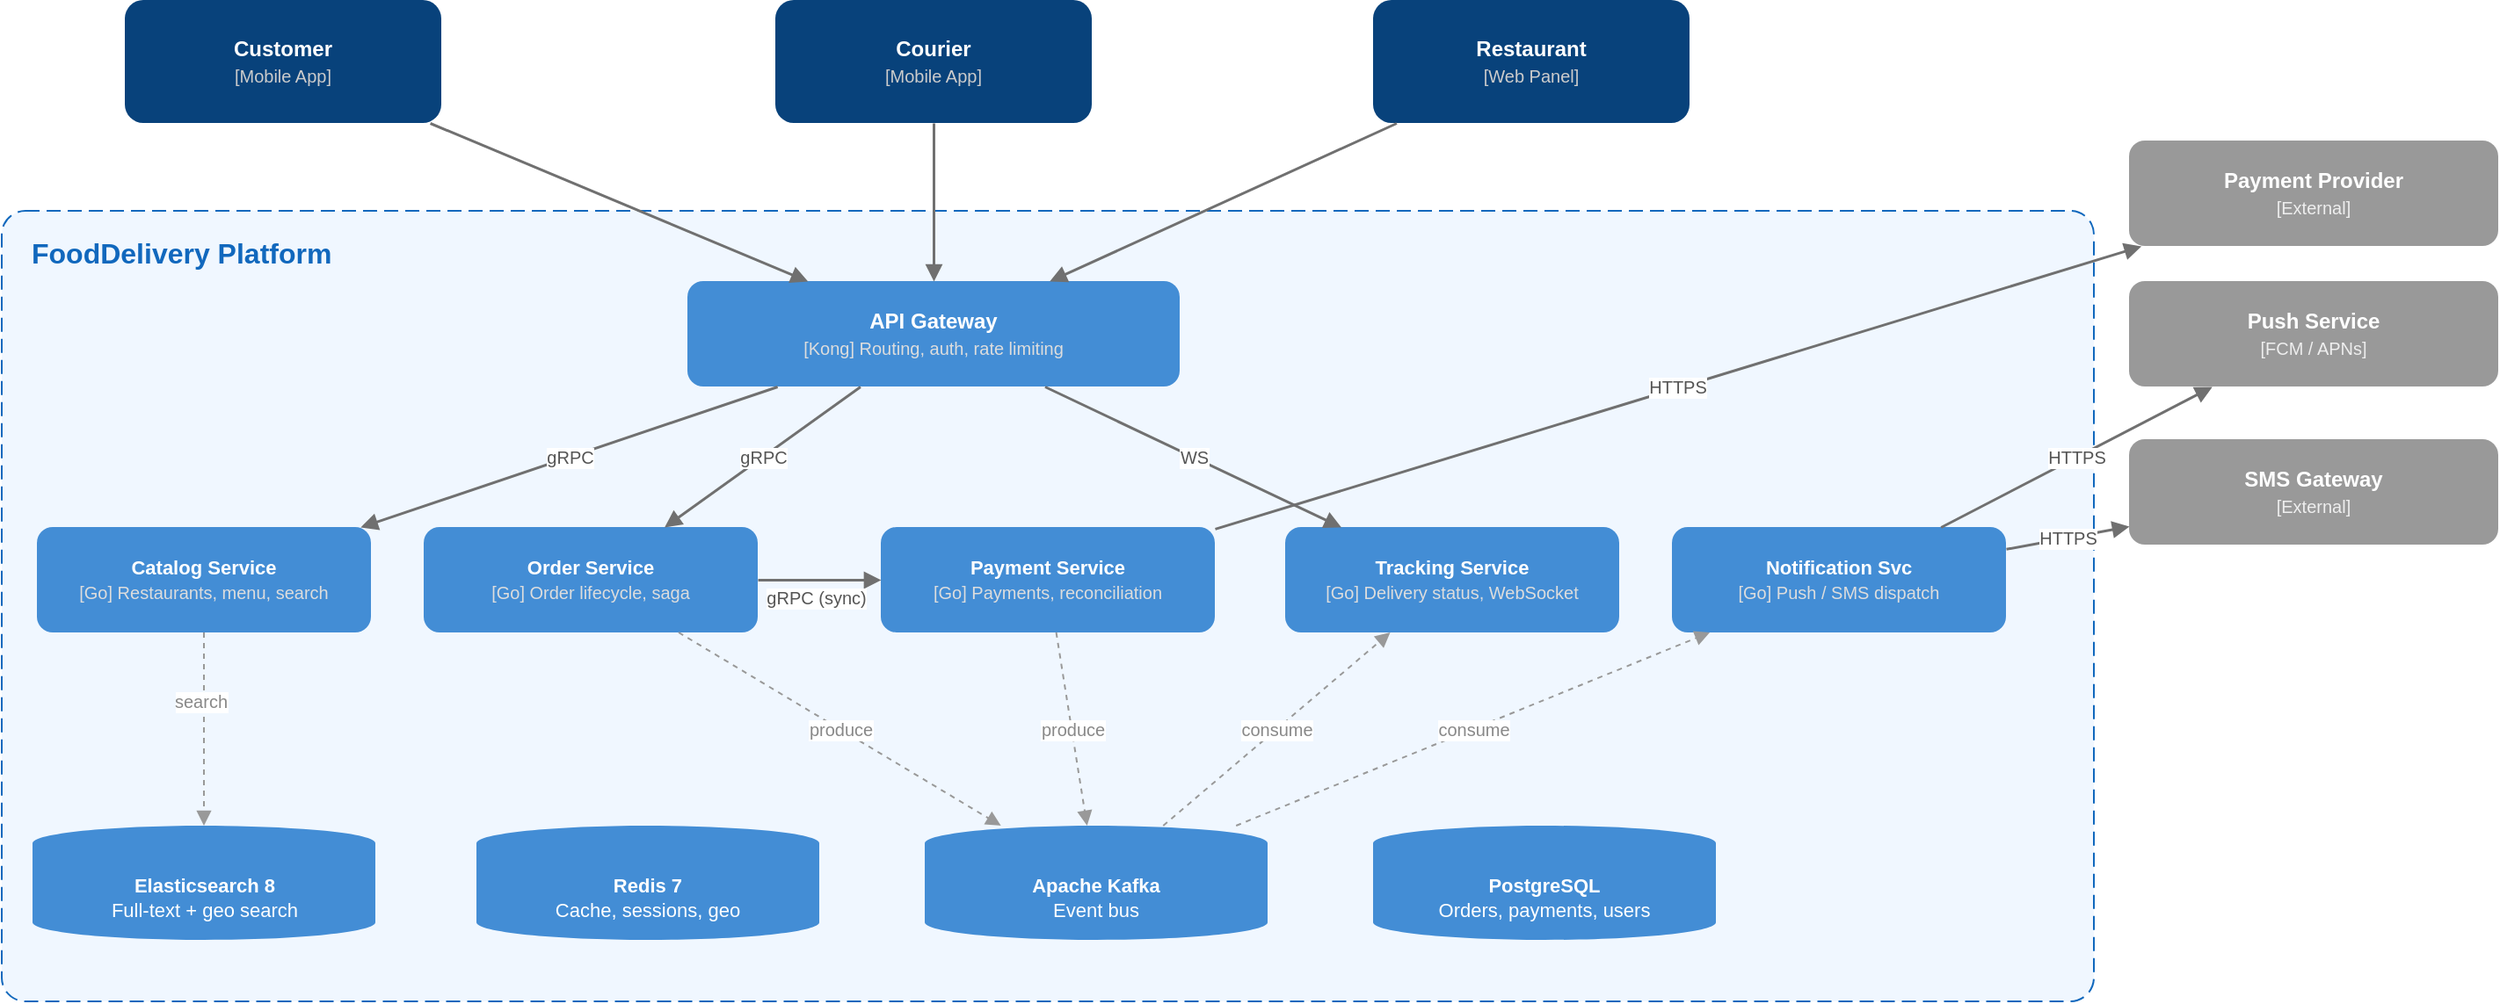
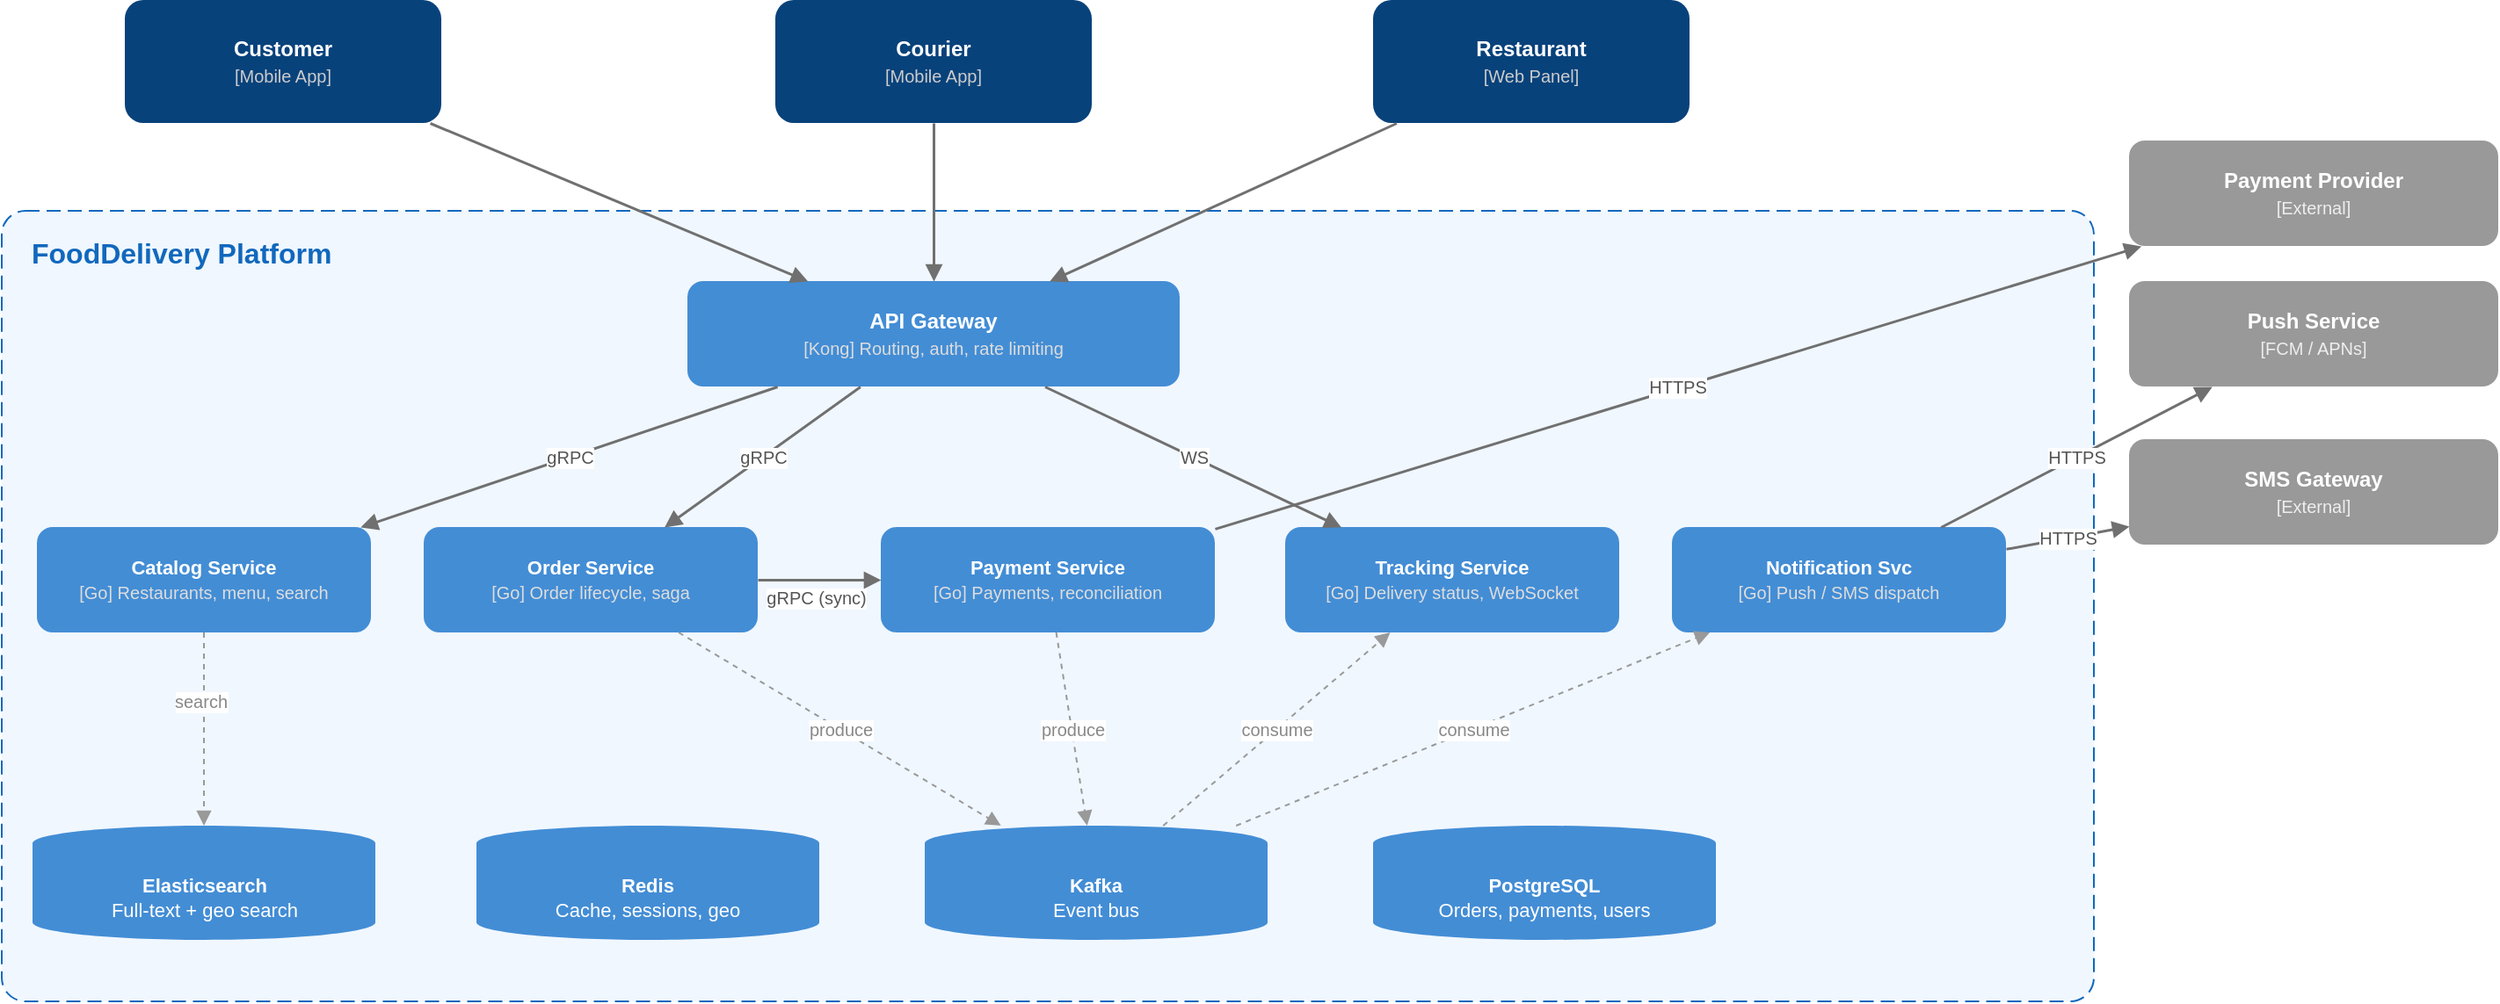
<mxGraphModel dx="1225" dy="746" grid="1" gridSize="10" guides="1" tooltips="1" connect="1" arrows="1" fold="1" page="1" pageScale="1" pageWidth="1500" pageHeight="780" math="0" shadow="0">
  <root>
    <mxCell id="0" />
    <mxCell id="1" parent="0" />
    <mxCell id="p1" parent="1" style="rounded=1;whiteSpace=wrap;html=1;fillColor=#08427B;fontColor=#ffffff;strokeColor=none;fontSize=12;" value="&lt;b&gt;Customer&lt;/b&gt;&lt;br&gt;&lt;font style=&quot;font-size:10px;color:#ccc&quot;&gt;[Mobile App]&lt;/font&gt;" vertex="1">
      <mxGeometry height="70" width="180" x="90" y="20" as="geometry" />
    </mxCell>
    <mxCell id="p2" parent="1" style="rounded=1;whiteSpace=wrap;html=1;fillColor=#08427B;fontColor=#ffffff;strokeColor=none;fontSize=12;" value="&lt;b&gt;Courier&lt;/b&gt;&lt;br&gt;&lt;font style=&quot;font-size:10px;color:#ccc&quot;&gt;[Mobile App]&lt;/font&gt;" vertex="1">
      <mxGeometry height="70" width="180" x="460" y="20" as="geometry" />
    </mxCell>
    <mxCell id="p3" parent="1" style="rounded=1;whiteSpace=wrap;html=1;fillColor=#08427B;fontColor=#ffffff;strokeColor=none;fontSize=12;" value="&lt;b&gt;Restaurant&lt;/b&gt;&lt;br&gt;&lt;font style=&quot;font-size:10px;color:#ccc&quot;&gt;[Web Panel]&lt;/font&gt;" vertex="1">
      <mxGeometry height="70" width="180" x="800" y="20" as="geometry" />
    </mxCell>
    <mxCell id="boundary" parent="1" style="rounded=1;whiteSpace=wrap;html=1;fillColor=#F0F7FF;strokeColor=#1168BD;dashed=1;dashPattern=8 4;fontSize=16;fontStyle=1;fontColor=#1168BD;verticalAlign=top;align=left;spacingLeft=15;spacingTop=8;arcSize=3;" value="FoodDelivery Platform" vertex="1">
      <mxGeometry height="450" width="1190" x="20" y="140" as="geometry" />
    </mxCell>
    <mxCell id="gw" parent="1" style="rounded=1;whiteSpace=wrap;html=1;fillColor=#438DD5;fontColor=#ffffff;strokeColor=none;fontSize=12;" value="&lt;b&gt;API Gateway&lt;/b&gt;&lt;br&gt;&lt;font style=&quot;font-size:10px;color:#ddd&quot;&gt;[Kong] Routing, auth, rate limiting&lt;/font&gt;" vertex="1">
      <mxGeometry height="60" width="280" x="410" y="180" as="geometry" />
    </mxCell>
    <mxCell id="s1" parent="1" style="rounded=1;whiteSpace=wrap;html=1;fillColor=#438DD5;fontColor=#ffffff;strokeColor=none;fontSize=11;" value="&lt;b&gt;Catalog Service&lt;/b&gt;&lt;br&gt;&lt;font style=&quot;font-size:10px;color:#ddd&quot;&gt;[Go] Restaurants, menu, search&lt;/font&gt;" vertex="1">
      <mxGeometry height="60" width="190" x="40" y="320" as="geometry" />
    </mxCell>
    <mxCell id="s2" parent="1" style="rounded=1;whiteSpace=wrap;html=1;fillColor=#438DD5;fontColor=#ffffff;strokeColor=none;fontSize=11;" value="&lt;b&gt;Order Service&lt;/b&gt;&lt;br&gt;&lt;font style=&quot;font-size:10px;color:#ddd&quot;&gt;[Go] Order lifecycle, saga&lt;/font&gt;" vertex="1">
      <mxGeometry height="60" width="190" x="260" y="320" as="geometry" />
    </mxCell>
    <mxCell id="s3" parent="1" style="rounded=1;whiteSpace=wrap;html=1;fillColor=#438DD5;fontColor=#ffffff;strokeColor=none;fontSize=11;" value="&lt;b&gt;Payment Service&lt;/b&gt;&lt;br&gt;&lt;font style=&quot;font-size:10px;color:#ddd&quot;&gt;[Go] Payments, reconciliation&lt;/font&gt;" vertex="1">
      <mxGeometry height="60" width="190" x="520" y="320" as="geometry" />
    </mxCell>
    <mxCell id="s4" parent="1" style="rounded=1;whiteSpace=wrap;html=1;fillColor=#438DD5;fontColor=#ffffff;strokeColor=none;fontSize=11;" value="&lt;b&gt;Tracking Service&lt;/b&gt;&lt;br&gt;&lt;font style=&quot;font-size:10px;color:#ddd&quot;&gt;[Go] Delivery status, WebSocket&lt;/font&gt;" vertex="1">
      <mxGeometry height="60" width="190" x="750" y="320" as="geometry" />
    </mxCell>
    <mxCell id="s5" parent="1" style="rounded=1;whiteSpace=wrap;html=1;fillColor=#438DD5;fontColor=#ffffff;strokeColor=none;fontSize=11;" value="&lt;b&gt;Notification Svc&lt;/b&gt;&lt;br&gt;&lt;font style=&quot;font-size:10px;color:#ddd&quot;&gt;[Go] Push / SMS dispatch&lt;/font&gt;" vertex="1">
      <mxGeometry height="60" width="190" x="970" y="320" as="geometry" />
    </mxCell>
    <mxCell id="d1" parent="1" style="shape=cylinder3;whiteSpace=wrap;html=1;boundedLbl=1;backgroundOutline=1;size=10;fillColor=#438DD5;fontColor=#ffffff;strokeColor=none;fontSize=11;" value="&lt;b&gt;PostgreSQL&lt;/b&gt;&lt;div&gt;Orders, payments, users&lt;/div&gt;" vertex="1">
      <mxGeometry height="65" width="195" x="800" y="490" as="geometry" />
    </mxCell>
-     <mxCell id="d2" parent="1" style="shape=cylinder3;whiteSpace=wrap;html=1;boundedLbl=1;backgroundOutline=1;size=10;fillColor=#438DD5;fontColor=#ffffff;strokeColor=none;fontSize=11;" value="&lt;b&gt;Redis 7&lt;/b&gt;&lt;br&gt;Cache, sessions, geo" vertex="1">
+     <mxCell id="d2" parent="1" style="shape=cylinder3;whiteSpace=wrap;html=1;boundedLbl=1;backgroundOutline=1;size=10;fillColor=#438DD5;fontColor=#ffffff;strokeColor=none;fontSize=11;" value="&lt;b&gt;Redis&lt;/b&gt;&lt;br&gt;Cache, sessions, geo" vertex="1">
      <mxGeometry height="65" width="195" x="290" y="490" as="geometry" />
    </mxCell>
-     <mxCell id="d3" parent="1" style="shape=cylinder3;whiteSpace=wrap;html=1;boundedLbl=1;backgroundOutline=1;size=10;fillColor=#438DD5;fontColor=#ffffff;strokeColor=none;fontSize=11;" value="&lt;b&gt;Apache Kafka&lt;/b&gt;&lt;br&gt;Event bus" vertex="1">
+     <mxCell id="d3" parent="1" style="shape=cylinder3;whiteSpace=wrap;html=1;boundedLbl=1;backgroundOutline=1;size=10;fillColor=#438DD5;fontColor=#ffffff;strokeColor=none;fontSize=11;" value="&lt;b&gt;Kafka&lt;/b&gt;&lt;br&gt;Event bus" vertex="1">
      <mxGeometry height="65" width="195" x="545" y="490" as="geometry" />
    </mxCell>
-     <mxCell id="d4" parent="1" style="shape=cylinder3;whiteSpace=wrap;html=1;boundedLbl=1;backgroundOutline=1;size=10;fillColor=#438DD5;fontColor=#ffffff;strokeColor=none;fontSize=11;" value="&lt;b&gt;Elasticsearch 8&lt;/b&gt;&lt;br&gt;Full-text + geo search" vertex="1">
+     <mxCell id="d4" parent="1" style="shape=cylinder3;whiteSpace=wrap;html=1;boundedLbl=1;backgroundOutline=1;size=10;fillColor=#438DD5;fontColor=#ffffff;strokeColor=none;fontSize=11;" value="&lt;b&gt;Elasticsearch&lt;/b&gt;&lt;br&gt;Full-text + geo search" vertex="1">
      <mxGeometry height="65" width="195" x="37.5" y="490" as="geometry" />
    </mxCell>
    <mxCell id="ext1" parent="1" style="rounded=1;whiteSpace=wrap;html=1;fillColor=#999999;fontColor=#ffffff;strokeColor=none;fontSize=12;" value="&lt;b&gt;Payment Provider&lt;/b&gt;&lt;br&gt;&lt;font style=&quot;font-size:10px;color:#eee&quot;&gt;[External]&lt;/font&gt;" vertex="1">
      <mxGeometry height="60" width="210" x="1230" y="100" as="geometry" />
    </mxCell>
    <mxCell id="ext2" parent="1" style="rounded=1;whiteSpace=wrap;html=1;fillColor=#999999;fontColor=#ffffff;strokeColor=none;fontSize=12;" value="&lt;b&gt;Push Service&lt;/b&gt;&lt;br&gt;&lt;font style=&quot;font-size:10px;color:#eee&quot;&gt;[FCM / APNs]&lt;/font&gt;" vertex="1">
      <mxGeometry height="60" width="210" x="1230" y="180" as="geometry" />
    </mxCell>
    <mxCell id="ext3" parent="1" style="rounded=1;whiteSpace=wrap;html=1;fillColor=#999999;fontColor=#ffffff;strokeColor=none;fontSize=12;" value="&lt;b&gt;SMS Gateway&lt;/b&gt;&lt;br&gt;&lt;font style=&quot;font-size:10px;color:#eee&quot;&gt;[External]&lt;/font&gt;" vertex="1">
      <mxGeometry height="60" width="210" x="1230" y="270" as="geometry" />
    </mxCell>
    <mxCell id="e1" edge="1" parent="1" source="p1" style="endArrow=block;endFill=1;html=1;rounded=0;strokeColor=#707070;strokeWidth=1.5;" target="gw">
      <mxGeometry relative="1" as="geometry" />
    </mxCell>
    <mxCell id="e2" edge="1" parent="1" source="p2" style="endArrow=block;endFill=1;html=1;rounded=0;strokeColor=#707070;strokeWidth=1.5;" target="gw">
      <mxGeometry relative="1" as="geometry" />
    </mxCell>
    <mxCell id="e3" edge="1" parent="1" source="p3" style="endArrow=block;endFill=1;html=1;rounded=0;strokeColor=#707070;strokeWidth=1.5;" target="gw">
      <mxGeometry relative="1" as="geometry" />
    </mxCell>
    <mxCell id="e4" edge="1" parent="1" source="gw" style="endArrow=block;endFill=1;html=1;rounded=0;strokeColor=#707070;strokeWidth=1.5;fontSize=10;fontColor=#555555;" target="s1" value="gRPC">
      <mxGeometry relative="1" as="geometry" />
    </mxCell>
    <mxCell id="e5" edge="1" parent="1" source="gw" style="endArrow=block;endFill=1;html=1;rounded=0;strokeColor=#707070;strokeWidth=1.5;fontSize=10;fontColor=#555555;" target="s2" value="gRPC">
      <mxGeometry relative="1" as="geometry" />
    </mxCell>
    <mxCell id="e6" edge="1" parent="1" source="gw" style="endArrow=block;endFill=1;html=1;rounded=0;strokeColor=#707070;strokeWidth=1.5;fontSize=10;fontColor=#555555;" target="s4" value="WS">
      <mxGeometry relative="1" as="geometry" />
    </mxCell>
    <mxCell id="e7" edge="1" parent="1" source="s2" style="endArrow=block;endFill=1;html=1;rounded=0;strokeColor=#707070;strokeWidth=1.5;fontSize=10;fontColor=#555555;" target="s3" value="gRPC (sync)">
      <mxGeometry relative="1" x="-0.0588" y="-10" as="geometry">
        <mxPoint as="offset" />
      </mxGeometry>
    </mxCell>
    <mxCell id="e8" edge="1" parent="1" source="s2" style="endArrow=block;endFill=1;html=1;rounded=0;strokeColor=#999999;strokeWidth=1;dashed=1;fontSize=10;fontColor=#888888;" target="d3" value="produce">
      <mxGeometry relative="1" as="geometry" />
    </mxCell>
    <mxCell id="e9" edge="1" parent="1" source="s3" style="endArrow=block;endFill=1;html=1;rounded=0;strokeColor=#999999;strokeWidth=1;dashed=1;fontSize=10;fontColor=#888888;" target="d3" value="produce">
      <mxGeometry relative="1" as="geometry" />
    </mxCell>
    <mxCell id="e10" edge="1" parent="1" source="d3" style="endArrow=block;endFill=1;html=1;rounded=0;strokeColor=#999999;strokeWidth=1;dashed=1;fontSize=10;fontColor=#888888;" target="s5" value="consume">
      <mxGeometry relative="1" as="geometry" />
    </mxCell>
    <mxCell id="e11" edge="1" parent="1" source="d3" style="endArrow=block;endFill=1;html=1;rounded=0;strokeColor=#999999;strokeWidth=1;dashed=1;fontSize=10;fontColor=#888888;" target="s4" value="consume">
      <mxGeometry relative="1" as="geometry" />
    </mxCell>
    <mxCell id="e12" edge="1" parent="1" source="s3" style="endArrow=block;endFill=1;html=1;rounded=0;strokeColor=#707070;strokeWidth=1.5;fontSize=10;fontColor=#555555;" target="ext1" value="HTTPS">
      <mxGeometry relative="1" as="geometry" />
    </mxCell>
    <mxCell id="e13" edge="1" parent="1" source="s5" style="endArrow=block;endFill=1;html=1;rounded=0;strokeColor=#707070;strokeWidth=1.5;fontSize=10;fontColor=#555555;" target="ext2" value="HTTPS">
      <mxGeometry relative="1" as="geometry" />
    </mxCell>
    <mxCell id="e14" edge="1" parent="1" source="s5" style="endArrow=block;endFill=1;html=1;rounded=0;strokeColor=#707070;strokeWidth=1.5;fontSize=10;fontColor=#555555;" target="ext3" value="HTTPS">
      <mxGeometry relative="1" as="geometry" />
    </mxCell>
    <mxCell id="e15" edge="1" parent="1" source="s1" style="endArrow=block;endFill=1;html=1;rounded=0;strokeColor=#999999;strokeWidth=1;dashed=1;fontSize=10;fontColor=#888888;" target="d4" value="search">
      <mxGeometry relative="1" x="-0.2877" y="-2" as="geometry">
        <mxPoint as="offset" />
      </mxGeometry>
    </mxCell>
  </root>
</mxGraphModel>
